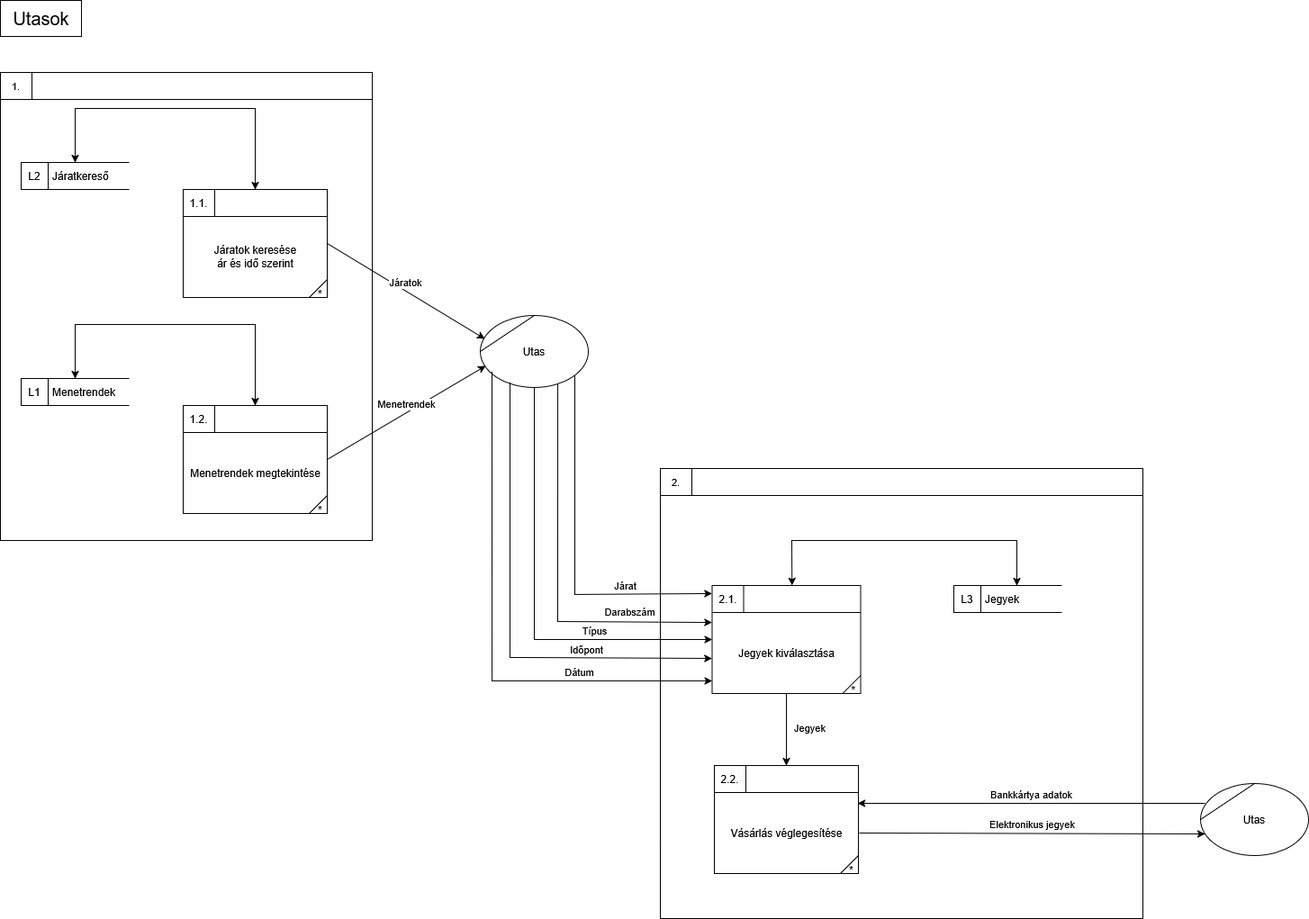
Earlier version of the draw.io export docs/documentation/dfd/vasut_utas_log2.png (jan-katosa/vasut_projekt). Source tidied: cells renumbered, new cells last; positions are measured from the earlier drawing's top-left corner, leaving out a move shared by most shapes.
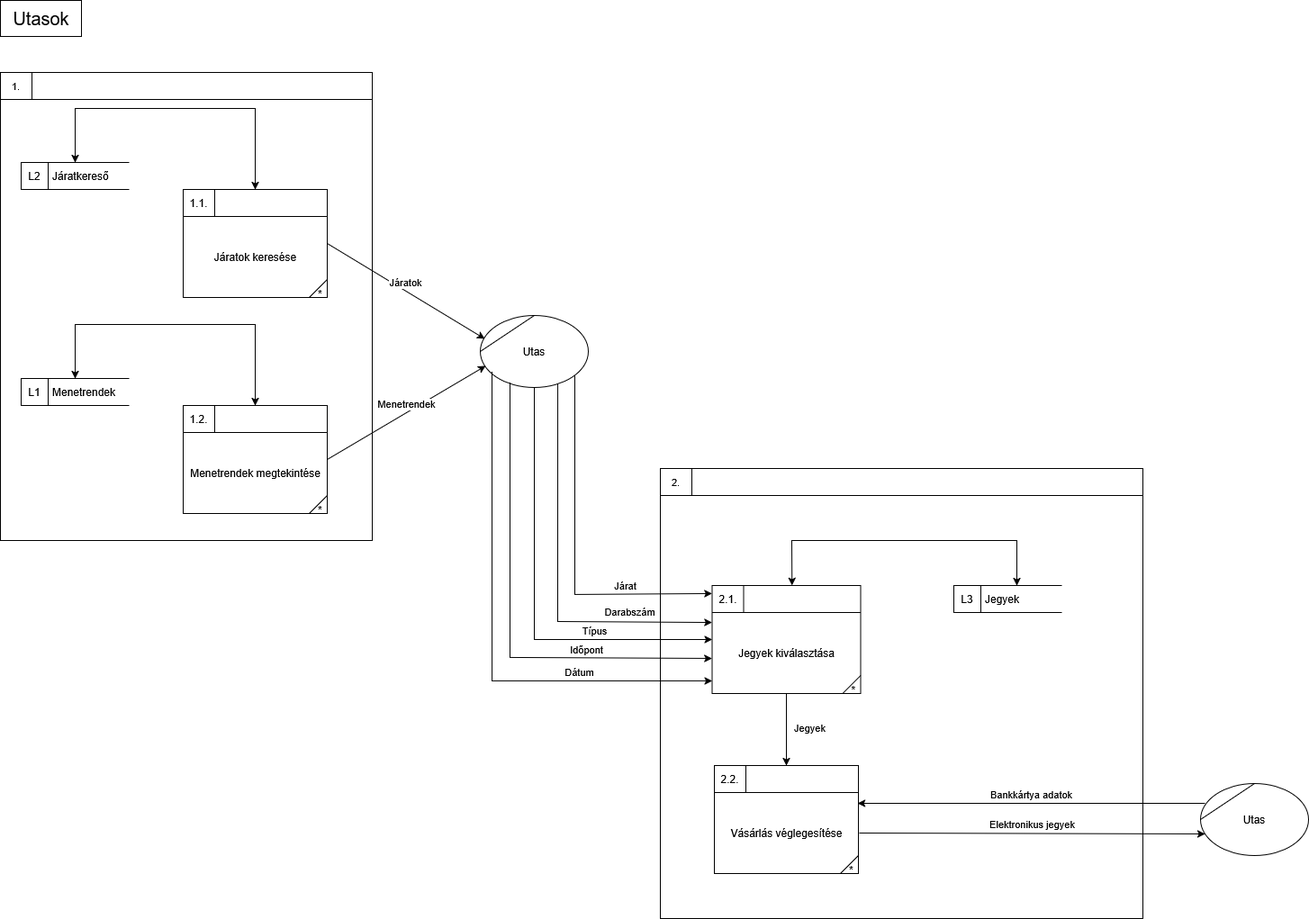
After the commit.

What changed in the source:
```diff
@@ -143,7 +143,7 @@
         </Array>
       </mxGeometry>
     </mxCell>
-    <mxCell id="39" value="&lt;div align=&quot;center&quot;&gt;Járatok keresése&lt;/div&gt;&lt;div align=&quot;center&quot;&gt;ár és idő szerint&lt;/div&gt;" style="html=1;dashed=0;whitespace=wrap;shape=mxgraph.dfd.process;align=center;spacingTop=30;" parent="1" vertex="1">
+    <mxCell id="39" value="&lt;div align=&quot;center&quot;&gt;Járatok keresése&lt;/div&gt;" style="html=1;dashed=0;whitespace=wrap;shape=mxgraph.dfd.process;align=center;spacingTop=30;" parent="1" vertex="1">
       <mxGeometry x="203" y="210" width="160" height="120" as="geometry" />
     </mxCell>
     <mxCell id="40" value="1.1." style="text;html=1;strokeColor=none;fillColor=none;align=center;verticalAlign=middle;whiteSpace=wrap;rounded=0;" parent="39" vertex="1">
```
